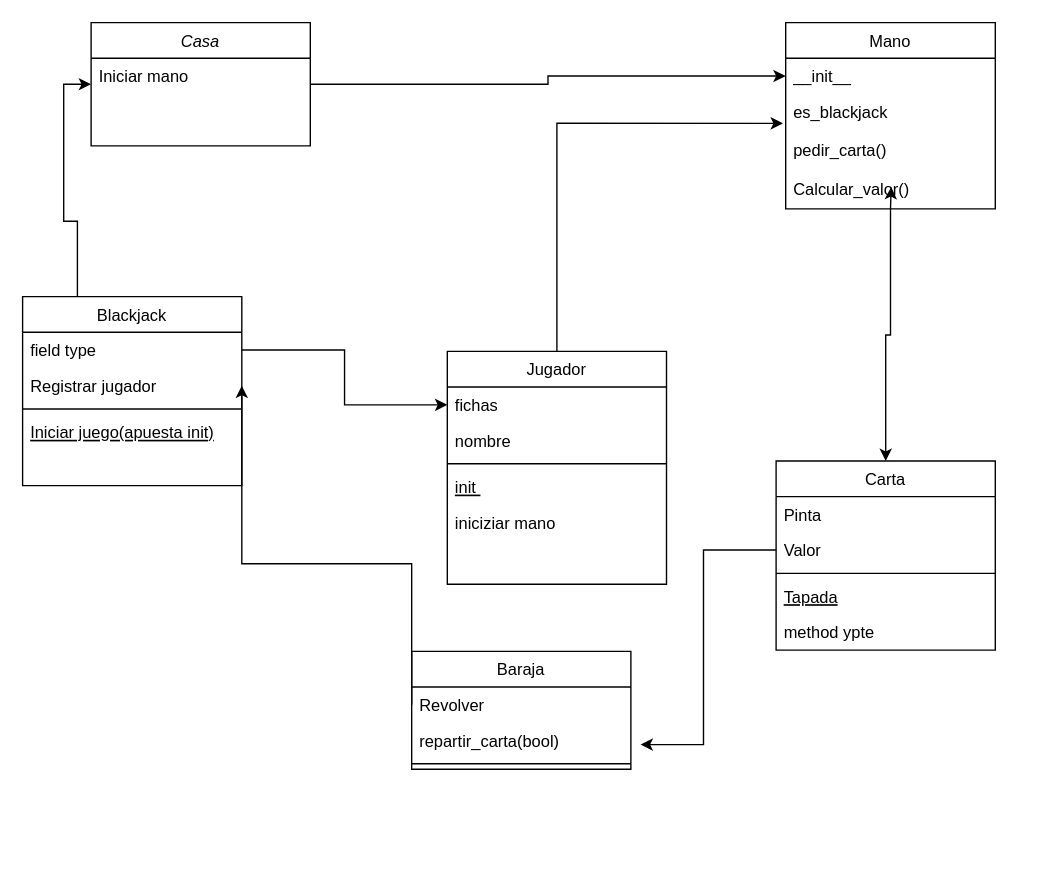
SkynetProyect/blackjackproyect keeps this draw.io diagram as drg.drawio. Above is the earlier version. Source tidied: cells renumbered, new cells numbered last; positions are measured from the earlier drawing's top-left corner, leaving out a move shared by most shapes. Both pictures are drawn from the tidied source at 137%, with x=0, y=0 at pixel (22, 22).
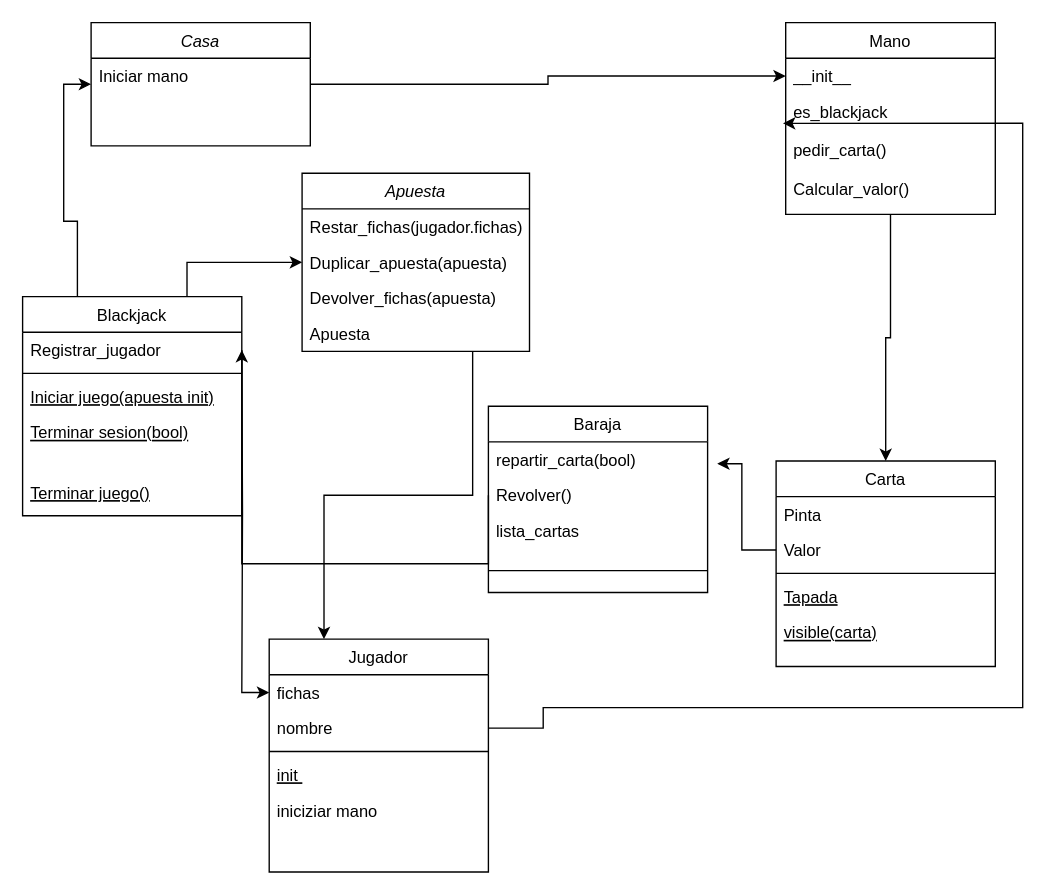
The same diagram, later.

The change refers to these unchanged cells:
```xml
<mxCell id="13" value="es_blackjack" style="text;align=left;verticalAlign=top;spacingLeft=4;spacingRight=4;overflow=hidden;points=[[0,0.5],[1,0.5]];portConstraint=eastwest;rounded=0;shadow=0;html=0;" parent="11" vertex="1">
  <mxGeometry y="52" width="153" height="28" as="geometry" />
</mxCell>
<mxCell id="30" value="fichas" style="text;align=left;verticalAlign=top;spacingLeft=4;spacingRight=4;overflow=hidden;points=[[0,0.5],[1,0.5]];portConstraint=eastwest;" parent="29" vertex="1">
  <mxGeometry y="26" width="160" height="26" as="geometry" />
</mxCell>
<mxCell id="31" value="nombre" style="text;align=left;verticalAlign=top;spacingLeft=4;spacingRight=4;overflow=hidden;points=[[0,0.5],[1,0.5]];portConstraint=eastwest;rounded=0;shadow=0;html=0;" parent="29" vertex="1">
  <mxGeometry y="52" width="160" height="26" as="geometry" />
</mxCell>
```

Change to the diagram source:
```diff
@@
     <mxCell id="5" value="Baraja" style="swimlane;fontStyle=0;align=center;verticalAlign=top;horizontal=1;startSize=26;rounded=0;shadow=0;strokeWidth=1;" parent="1" vertex="1">
-      <mxGeometry x="284" y="459" width="160" height="86" as="geometry" />
+      <mxGeometry x="340" y="280" width="160" height="136" as="geometry" />
     </mxCell>
+    <mxCell id="7" value="repartir_carta(bool)" style="text;align=left;verticalAlign=top;spacingLeft=4;spacingRight=4;overflow=hidden;points=[[0,0.5],[1,0.5]];portConstraint=eastwest;rounded=0;shadow=0;html=0;" parent="5" vertex="1">
+      <mxGeometry y="26" width="160" height="26" as="geometry" />
+    </mxCell>
-    <mxCell id="6" value="Revolver" style="text;align=left;verticalAlign=top;spacingLeft=4;spacingRight=4;overflow=hidden;points=[[0,0.5],[1,0.5]];portConstraint=eastwest;" parent="5" vertex="1">
-      <mxGeometry y="26" width="160" height="26" as="geometry" />
+    <mxCell id="6" value="Revolver()" style="text;align=left;verticalAlign=top;spacingLeft=4;spacingRight=4;overflow=hidden;points=[[0,0.5],[1,0.5]];portConstraint=eastwest;" parent="5" vertex="1">
+      <mxGeometry y="52" width="160" height="26" as="geometry" />
     </mxCell>
-    <mxCell id="7" value="repartir_carta(bool)" style="text;align=left;verticalAlign=top;spacingLeft=4;spacingRight=4;overflow=hidden;points=[[0,0.5],[1,0.5]];portConstraint=eastwest;rounded=0;shadow=0;html=0;" parent="5" vertex="1">
-      <mxGeometry y="52" width="160" height="26" as="geometry" />
-    </mxCell>
+    <mxCell id="38" value="lista_cartas" style="text;align=left;verticalAlign=top;spacingLeft=4;spacingRight=4;overflow=hidden;" parent="5" vertex="1">
+      <mxGeometry y="78" width="160" height="26" as="geometry" />
+    </mxCell>
     <mxCell id="8" style="line;html=1;strokeWidth=1;align=left;verticalAlign=middle;spacingTop=-1;spacingLeft=3;spacingRight=3;labelPosition=right;" parent="5" vertex="1">
-      <mxGeometry y="78" width="160" height="8" as="geometry" />
+      <mxGeometry y="104" width="160" height="32" as="geometry" />
     </mxCell>
@@
-    <mxCell id="10" style="edgeStyle=orthogonalEdgeStyle;rounded=0;jettySize=auto;html=1;exitX=0.5;exitY=1;exitDx=0;exitDy=0;" parent="1" edge="1" source="11">
-      <mxGeometry relative="1" as="geometry">
-        <mxPoint x="634" y="120" as="targetPoint" />
-      </mxGeometry>
-    </mxCell>
     <mxCell id="11" value="Mano" style="swimlane;fontStyle=0;align=center;verticalAlign=top;horizontal=1;startSize=26;rounded=0;shadow=0;strokeWidth=1;" parent="1" vertex="1">
-      <mxGeometry x="557" width="153" height="136" as="geometry" />
+      <mxGeometry x="557" width="153" height="140" as="geometry" />
     </mxCell>
@@
+    <mxCell id="39" style="edgeStyle=orthogonalEdgeStyle;rounded=0;jettySize=auto;html=1;exitX=0.75;exitY=0;exitDx=0;exitDy=0;entryX=0;entryY=0.5;entryDx=0;entryDy=0;" parent="1" edge="1" source="17" target="45">
+      <mxGeometry relative="1" as="geometry" />
+    </mxCell>
     <mxCell id="17" value="Blackjack" style="swimlane;fontStyle=0;align=center;verticalAlign=top;horizontal=1;startSize=26;rounded=0;shadow=0;strokeWidth=1;" parent="1" vertex="1">
-      <mxGeometry y="200" width="160" height="138" as="geometry" />
+      <mxGeometry y="200" width="160" height="160" as="geometry" />
     </mxCell>
-    <mxCell id="18" value="field type" style="text;align=left;verticalAlign=top;spacingLeft=4;spacingRight=4;overflow=hidden;points=[[0,0.5],[1,0.5]];portConstraint=eastwest;" parent="17" vertex="1">
-      <mxGeometry y="26" width="160" height="26" as="geometry" />
-    </mxCell>
-    <mxCell id="19" value="Registrar jugador" style="text;align=left;verticalAlign=top;spacingLeft=4;spacingRight=4;overflow=hidden;points=[[0,0.5],[1,0.5]];portConstraint=eastwest;rounded=0;shadow=0;html=0;" parent="17" vertex="1">
-      <mxGeometry y="52" width="160" height="26" as="geometry" />
+    <mxCell id="19" value="Registrar_jugador" style="text;align=left;verticalAlign=top;spacingLeft=4;spacingRight=4;overflow=hidden;points=[[0,0.5],[1,0.5]];portConstraint=eastwest;rounded=0;shadow=0;html=0;" parent="17" vertex="1">
+      <mxGeometry y="26" width="160" height="26" as="geometry" />
     </mxCell>
     <mxCell id="20" style="line;html=1;strokeWidth=1;align=left;verticalAlign=middle;spacingTop=-1;spacingLeft=3;spacingRight=3;labelPosition=right;" parent="17" vertex="1">
-      <mxGeometry y="78" width="160" height="8" as="geometry" />
+      <mxGeometry y="52" width="160" height="8" as="geometry" />
     </mxCell>
     <mxCell id="21" value="Iniciar juego(apuesta init)" style="text;align=left;verticalAlign=top;spacingLeft=4;spacingRight=4;overflow=hidden;fontStyle=4;" parent="17" vertex="1">
-      <mxGeometry y="86" width="160" height="26" as="geometry" />
+      <mxGeometry y="60" width="160" height="26" as="geometry" />
     </mxCell>
+    <mxCell id="40" value="Terminar sesion(bool)" style="text;align=left;verticalAlign=top;spacingLeft=4;spacingRight=4;overflow=hidden;fontStyle=4;" parent="17" vertex="1">
+      <mxGeometry y="86" width="160" height="26" as="geometry" />
+    </mxCell>
     <mxCell id="22" value="Carta" style="swimlane;fontStyle=0;align=center;verticalAlign=top;horizontal=1;startSize=26;rounded=0;shadow=0;strokeWidth=1;" parent="1" vertex="1">
-      <mxGeometry x="550" y="320" width="160" height="138" as="geometry" />
+      <mxGeometry x="550" y="320" width="160" height="150" as="geometry" />
     </mxCell>
@@
-    <mxCell id="27" value="method ypte" style="text;align=left;verticalAlign=top;spacingLeft=4;spacingRight=4;overflow=hidden;" parent="22" vertex="1">
-      <mxGeometry y="112" width="160" height="26" as="geometry" />
-    </mxCell>
+    <mxCell id="41" value="visible(carta)" style="text;align=left;verticalAlign=top;spacingLeft=4;spacingRight=4;overflow=hidden;fontStyle=4;" parent="22" vertex="1">
+      <mxGeometry y="112" width="160" height="26" as="geometry" />
+    </mxCell>
-    <mxCell id="28" style="edgeStyle=orthogonalEdgeStyle;rounded=0;jettySize=auto;html=1;exitX=0.5;exitY=0;exitDx=0;exitDy=0;entryX=-0.013;entryY=0.769;entryDx=0;entryDy=0;entryPerimeter=0;" parent="1" edge="1" source="29" target="13">
-      <mxGeometry relative="1" as="geometry" />
+    <mxCell id="28" style="edgeStyle=orthogonalEdgeStyle;rounded=0;jettySize=auto;html=1;exitX=1;exitY=0.5;exitDx=0;exitDy=0;entryX=-0.013;entryY=0.769;entryDx=0;entryDy=0;entryPerimeter=0;" parent="1" edge="1" source="31" target="13">
+      <mxGeometry relative="1" as="geometry">
+        <Array as="points">
+          <mxPoint x="380" y="515" />
+          <mxPoint x="380" y="500" />
+          <mxPoint x="730" y="500" />
+          <mxPoint x="730" y="74" />
+        </Array>
+      </mxGeometry>
     </mxCell>
     <mxCell id="29" value="Jugador" style="swimlane;fontStyle=0;align=center;verticalAlign=top;horizontal=1;startSize=26;rounded=0;shadow=0;strokeWidth=1;" parent="1" vertex="1">
-      <mxGeometry x="310" y="240" width="160" height="170" as="geometry" />
+      <mxGeometry x="180" y="450" width="160" height="170" as="geometry" />
     </mxCell>
@@
-    <mxCell id="37" style="edgeStyle=orthogonalEdgeStyle;rounded=0;jettySize=auto;html=1;exitX=1;exitY=0.5;exitDx=0;exitDy=0;entryX=0;entryY=0.5;entryDx=0;entryDy=0;" parent="1" edge="1" source="18" target="30">
-      <mxGeometry relative="1" as="geometry" />
+    <mxCell id="37" style="edgeStyle=orthogonalEdgeStyle;rounded=0;jettySize=auto;html=1;exitX=1;exitY=0.5;exitDx=0;exitDy=0;entryX=0;entryY=0.5;entryDx=0;entryDy=0;" parent="1" edge="1" target="30">
+      <mxGeometry relative="1" as="geometry">
+        <mxPoint x="160" y="239" as="sourcePoint" />
+      </mxGeometry>
     </mxCell>
+    <mxCell id="42" style="edgeStyle=orthogonalEdgeStyle;rounded=0;jettySize=auto;html=1;exitX=0.75;exitY=1;exitDx=0;exitDy=0;entryX=0.25;entryY=0;entryDx=0;entryDy=0;" parent="1" edge="1" source="43" target="29">
+      <mxGeometry relative="1" as="geometry" />
+    </mxCell>
+    <mxCell id="43" value="Apuesta" style="swimlane;fontStyle=2;align=center;verticalAlign=top;horizontal=1;startSize=26;rounded=0;shadow=0;strokeWidth=1;" parent="1" vertex="1">
+      <mxGeometry x="204" y="110" width="166" height="130" as="geometry" />
+    </mxCell>
+    <mxCell id="44" value="Restar_fichas(jugador.fichas)" style="text;align=left;verticalAlign=top;spacingLeft=4;spacingRight=4;overflow=hidden;" parent="43" vertex="1">
+      <mxGeometry y="26" width="166" height="26" as="geometry" />
+    </mxCell>
+    <mxCell id="45" value="Duplicar_apuesta(apuesta)" style="text;align=left;verticalAlign=top;spacingLeft=4;spacingRight=4;overflow=hidden;points=[[0,0.5],[1,0.5]];portConstraint=eastwest;" parent="43" vertex="1">
+      <mxGeometry y="52" width="166" height="26" as="geometry" />
+    </mxCell>
+    <mxCell id="46" value="Devolver_fichas(apuesta)" style="text;align=left;verticalAlign=top;spacingLeft=4;spacingRight=4;overflow=hidden;" parent="43" vertex="1">
+      <mxGeometry y="78" width="166" height="26" as="geometry" />
+    </mxCell>
+    <mxCell id="47" value="Apuesta" style="text;align=left;verticalAlign=top;spacingLeft=4;spacingRight=4;overflow=hidden;" parent="43" vertex="1">
+      <mxGeometry y="104" width="166" height="26" as="geometry" />
+    </mxCell>
+    <mxCell id="48" value="Terminar juego()" style="text;align=left;verticalAlign=top;spacingLeft=4;spacingRight=4;overflow=hidden;fontStyle=4;" parent="1" vertex="1">
+      <mxGeometry y="330" width="160" height="26" as="geometry" />
+    </mxCell>
```
